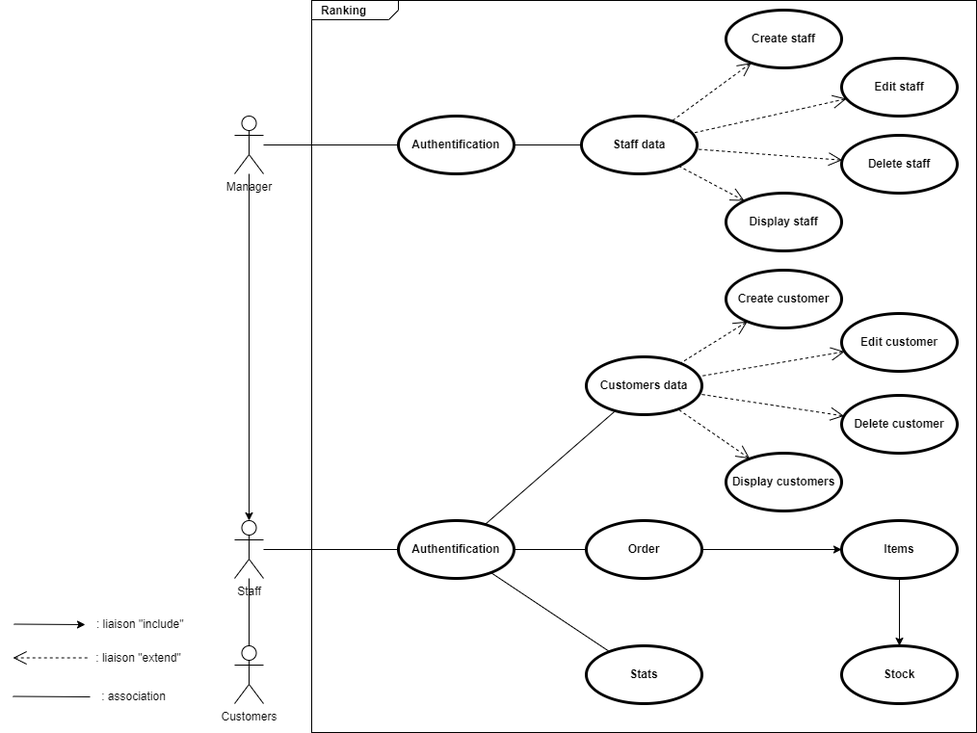
The draw.io diagram Diagrammes/Diag use case.png in pierre1316/Projet-POO-CPP-CLI, before a commit. Source tidied: cells renumbered, new cells last; positions are measured from the earlier drawing's top-left corner, leaving out a move shared by most shapes.
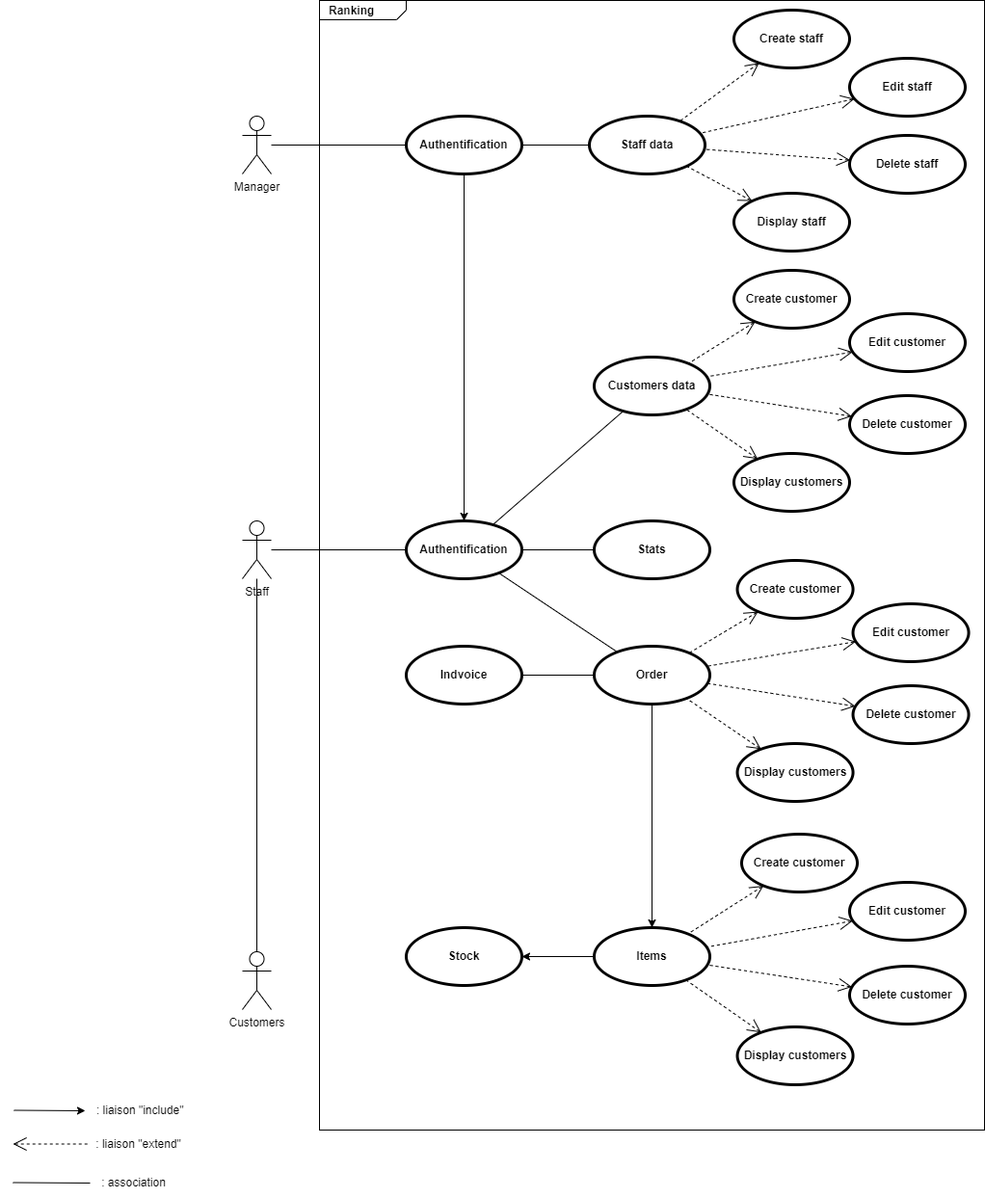
After the change.

What changed in the source:
```diff
@@ -3,7 +3,7 @@
     <mxCell id="0" />
     <mxCell id="1" parent="0" />
     <mxCell id="2" value="&lt;p style=&quot;margin:0px;margin-top:4px;margin-left:10px;text-align:left;&quot;&gt;&lt;b&gt;Ranking&lt;/b&gt;&lt;/p&gt;" style="html=1;shape=mxgraph.sysml.package;html=1;overflow=fill;whiteSpace=wrap;fillColor=none;" parent="1" vertex="1">
-      <mxGeometry x="310" width="690" height="760" as="geometry" />
+      <mxGeometry x="310" width="690" height="1172" as="geometry" />
     </mxCell>
     <mxCell id="3" value="Staff" style="shape=umlActor;html=1;verticalLabelPosition=bottom;verticalAlign=top;align=center;fillColor=none;" parent="1" vertex="1">
       <mxGeometry x="230" y="540" width="30" height="60" as="geometry" />
@@ -12,16 +12,16 @@
       <mxGeometry x="595" y="370" width="120" height="60" as="geometry" />
     </mxCell>
     <mxCell id="5" value="Order" style="shape=ellipse;html=1;strokeWidth=3;fontStyle=1;whiteSpace=wrap;align=center;perimeter=ellipsePerimeter;fillColor=none;" parent="1" vertex="1">
-      <mxGeometry x="595" y="540" width="120" height="60" as="geometry" />
+      <mxGeometry x="595" y="670" width="120" height="60" as="geometry" />
     </mxCell>
     <mxCell id="6" value="Items" style="shape=ellipse;html=1;strokeWidth=3;fontStyle=1;whiteSpace=wrap;align=center;perimeter=ellipsePerimeter;fillColor=none;" parent="1" vertex="1">
-      <mxGeometry x="860" y="540" width="120" height="60" as="geometry" />
+      <mxGeometry x="595" y="962" width="120" height="60" as="geometry" />
     </mxCell>
     <mxCell id="7" value="Stock" style="shape=ellipse;html=1;strokeWidth=3;fontStyle=1;whiteSpace=wrap;align=center;perimeter=ellipsePerimeter;fillColor=none;" parent="1" vertex="1">
-      <mxGeometry x="860" y="670" width="120" height="60" as="geometry" />
+      <mxGeometry x="400" y="962" width="120" height="60" as="geometry" />
     </mxCell>
     <mxCell id="8" value="Stats" style="shape=ellipse;html=1;strokeWidth=3;fontStyle=1;whiteSpace=wrap;align=center;perimeter=ellipsePerimeter;fillColor=none;" parent="1" vertex="1">
-      <mxGeometry x="595" y="670" width="120" height="60" as="geometry" />
+      <mxGeometry x="595" y="540" width="120" height="60" as="geometry" />
     </mxCell>
     <mxCell id="9" value="Edit customer" style="shape=ellipse;html=1;strokeWidth=3;fontStyle=1;whiteSpace=wrap;align=center;perimeter=ellipsePerimeter;fillColor=none;" parent="1" vertex="1">
       <mxGeometry x="860" y="325" width="120" height="60" as="geometry" />
@@ -48,19 +48,19 @@
       <mxGeometry x="860" y="60" width="120" height="60" as="geometry" />
     </mxCell>
     <mxCell id="17" value="Customers" style="shape=umlActor;html=1;verticalLabelPosition=bottom;verticalAlign=top;align=center;fillColor=none;" parent="1" vertex="1">
-      <mxGeometry x="230" y="670" width="30" height="60" as="geometry" />
+      <mxGeometry x="230" y="987" width="30" height="60" as="geometry" />
     </mxCell>
     <mxCell id="18" value="Manager" style="shape=umlActor;html=1;verticalLabelPosition=bottom;verticalAlign=top;align=center;fillColor=none;" parent="1" vertex="1">
       <mxGeometry x="230" y="120" width="30" height="60" as="geometry" />
     </mxCell>
     <mxCell id="19" value="&amp;nbsp;: liaison &quot;include&quot;" style="text;html=1;align=center;verticalAlign=middle;strokeColor=none;fillColor=none;" parent="1" vertex="1">
-      <mxGeometry x="70" y="633" width="120" height="30" as="geometry" />
+      <mxGeometry x="62" y="1137" width="120" height="30" as="geometry" />
     </mxCell>
     <mxCell id="20" value=": liaison &quot;extend&quot;" style="text;html=1;align=center;verticalAlign=middle;strokeColor=none;fillColor=none;" parent="1" vertex="1">
-      <mxGeometry x="75" y="668" width="110" height="30" as="geometry" />
+      <mxGeometry x="67" y="1172" width="110" height="30" as="geometry" />
     </mxCell>
     <mxCell id="21" value=": association" style="text;html=1;align=center;verticalAlign=middle;strokeColor=none;fillColor=none;" parent="1" vertex="1">
-      <mxGeometry x="80" y="708" width="90" height="30" as="geometry" />
+      <mxGeometry x="72" y="1212" width="90" height="30" as="geometry" />
     </mxCell>
     <mxCell id="22" style="edgeStyle=none;html=1;endArrow=none;verticalAlign=bottom;rounded=0;entryX=0.5;entryY=0;entryDx=0;entryDy=0;entryPerimeter=0;" parent="1" edge="1" source="3" target="17">
       <mxGeometry relative="1" as="geometry" />
@@ -94,14 +94,14 @@
     </mxCell>
     <mxCell id="32" style="edgeStyle=none;html=1;startArrow=open;endArrow=none;startSize=12;verticalAlign=bottom;dashed=1;labelBackgroundColor=none;rounded=0;" parent="1" edge="1">
       <mxGeometry relative="1" as="geometry">
-        <mxPoint y="682.5" as="sourcePoint" />
-        <mxPoint x="80" y="682.5" as="targetPoint" />
+        <mxPoint x="-8" y="1186.5" as="sourcePoint" />
+        <mxPoint x="72" y="1186.5" as="targetPoint" />
       </mxGeometry>
     </mxCell>
     <mxCell id="33" style="edgeStyle=none;html=1;endArrow=none;verticalAlign=bottom;rounded=0;" parent="1" edge="1">
       <mxGeometry relative="1" as="geometry">
-        <mxPoint y="722.5" as="sourcePoint" />
-        <mxPoint x="80" y="723" as="targetPoint" />
+        <mxPoint x="-8" y="1226.5" as="sourcePoint" />
+        <mxPoint x="72" y="1227" as="targetPoint" />
       </mxGeometry>
     </mxCell>
     <mxCell id="34" style="edgeStyle=none;html=1;startArrow=open;endArrow=none;startSize=12;verticalAlign=bottom;dashed=1;labelBackgroundColor=none;rounded=0;" parent="1" edge="1" source="15" target="23">
@@ -136,12 +136,66 @@
     </mxCell>
     <mxCell id="44" style="endArrow=classic;html=1;rounded=0;" parent="1" edge="1">
       <mxGeometry relative="1" as="geometry">
-        <mxPoint x="1" y="647.5" as="sourcePoint" />
-        <mxPoint x="75" y="648" as="targetPoint" />
+        <mxPoint x="-7" y="1151.5" as="sourcePoint" />
+        <mxPoint x="67" y="1152" as="targetPoint" />
       </mxGeometry>
     </mxCell>
-    <mxCell id="45" style="endArrow=classic;html=1;rounded=0;" parent="1" edge="1" source="18" target="3">
+    <mxCell id="45" style="endArrow=classic;html=1;rounded=0;" parent="1" edge="1" source="24" target="25">
       <mxGeometry relative="1" as="geometry" />
     </mxCell>
+    <mxCell id="46" value="Indvoice" style="shape=ellipse;html=1;strokeWidth=3;fontStyle=1;whiteSpace=wrap;align=center;perimeter=ellipsePerimeter;fillColor=none;" parent="1" vertex="1">
+      <mxGeometry x="400" y="670" width="120" height="60" as="geometry" />
+    </mxCell>
+    <mxCell id="47" style="endArrow=none;html=1;rounded=0;" parent="1" edge="1" source="46" target="5">
+      <mxGeometry relative="1" as="geometry" />
+    </mxCell>
+    <mxCell id="48" value="Edit customer" style="shape=ellipse;html=1;strokeWidth=3;fontStyle=1;whiteSpace=wrap;align=center;perimeter=ellipsePerimeter;fillColor=none;" parent="1" vertex="1">
+      <mxGeometry x="863.6" y="626" width="120" height="60" as="geometry" />
+    </mxCell>
+    <mxCell id="49" value="Delete customer" style="shape=ellipse;html=1;strokeWidth=3;fontStyle=1;whiteSpace=wrap;align=center;perimeter=ellipsePerimeter;fillColor=none;" parent="1" vertex="1">
+      <mxGeometry x="863.6" y="711" width="120" height="60" as="geometry" />
+    </mxCell>
+    <mxCell id="50" value="Display customers" style="shape=ellipse;html=1;strokeWidth=3;fontStyle=1;whiteSpace=wrap;align=center;perimeter=ellipsePerimeter;fillColor=none;" parent="1" vertex="1">
+      <mxGeometry x="743.6" y="771" width="120" height="60" as="geometry" />
+    </mxCell>
+    <mxCell id="51" value="Create customer" style="shape=ellipse;html=1;strokeWidth=3;fontStyle=1;whiteSpace=wrap;align=center;perimeter=ellipsePerimeter;fillColor=none;" parent="1" vertex="1">
+      <mxGeometry x="743.6" y="581" width="120" height="60" as="geometry" />
+    </mxCell>
+    <mxCell id="52" style="edgeStyle=none;html=1;startArrow=open;endArrow=none;startSize=12;verticalAlign=bottom;dashed=1;labelBackgroundColor=none;rounded=0;" parent="1" edge="1" source="51" target="5">
+      <mxGeometry x="-0.18" y="13" relative="1" as="geometry" />
+    </mxCell>
+    <mxCell id="53" style="edgeStyle=none;html=1;startArrow=open;endArrow=none;startSize=12;verticalAlign=bottom;dashed=1;labelBackgroundColor=none;rounded=0;" parent="1" edge="1" source="48" target="5">
+      <mxGeometry x="-0.18" y="13" relative="1" as="geometry" />
+    </mxCell>
+    <mxCell id="54" style="edgeStyle=none;html=1;startArrow=open;endArrow=none;startSize=12;verticalAlign=bottom;dashed=1;labelBackgroundColor=none;rounded=0;" parent="1" edge="1" source="49" target="5">
+      <mxGeometry x="-0.18" y="13" relative="1" as="geometry" />
+    </mxCell>
+    <mxCell id="55" style="edgeStyle=none;html=1;startArrow=open;endArrow=none;startSize=12;verticalAlign=bottom;dashed=1;labelBackgroundColor=none;rounded=0;" parent="1" edge="1" source="50" target="5">
+      <mxGeometry x="-0.18" y="13" relative="1" as="geometry" />
+    </mxCell>
+    <mxCell id="56" value="Edit customer" style="shape=ellipse;html=1;strokeWidth=3;fontStyle=1;whiteSpace=wrap;align=center;perimeter=ellipsePerimeter;fillColor=none;" parent="1" vertex="1">
+      <mxGeometry x="860" y="915" width="120" height="60" as="geometry" />
+    </mxCell>
+    <mxCell id="57" value="Delete customer" style="shape=ellipse;html=1;strokeWidth=3;fontStyle=1;whiteSpace=wrap;align=center;perimeter=ellipsePerimeter;fillColor=none;" parent="1" vertex="1">
+      <mxGeometry x="860" y="1002" width="120" height="60" as="geometry" />
+    </mxCell>
+    <mxCell id="58" value="Display customers" style="shape=ellipse;html=1;strokeWidth=3;fontStyle=1;whiteSpace=wrap;align=center;perimeter=ellipsePerimeter;fillColor=none;" parent="1" vertex="1">
+      <mxGeometry x="743.6" y="1065" width="120" height="60" as="geometry" />
+    </mxCell>
+    <mxCell id="59" value="Create customer" style="shape=ellipse;html=1;strokeWidth=3;fontStyle=1;whiteSpace=wrap;align=center;perimeter=ellipsePerimeter;fillColor=none;" parent="1" vertex="1">
+      <mxGeometry x="748" y="865" width="120" height="60" as="geometry" />
+    </mxCell>
+    <mxCell id="60" style="edgeStyle=none;html=1;startArrow=open;endArrow=none;startSize=12;verticalAlign=bottom;dashed=1;labelBackgroundColor=none;rounded=0;" parent="1" edge="1" source="59" target="6">
+      <mxGeometry x="-0.18" y="13" relative="1" as="geometry" />
+    </mxCell>
+    <mxCell id="61" style="edgeStyle=none;html=1;startArrow=open;endArrow=none;startSize=12;verticalAlign=bottom;dashed=1;labelBackgroundColor=none;rounded=0;" parent="1" edge="1" source="56" target="6">
+      <mxGeometry x="-0.18" y="13" relative="1" as="geometry" />
+    </mxCell>
+    <mxCell id="62" style="edgeStyle=none;html=1;startArrow=open;endArrow=none;startSize=12;verticalAlign=bottom;dashed=1;labelBackgroundColor=none;rounded=0;" parent="1" edge="1" source="57" target="6">
+      <mxGeometry x="-0.18" y="13" relative="1" as="geometry" />
+    </mxCell>
+    <mxCell id="63" style="edgeStyle=none;html=1;startArrow=open;endArrow=none;startSize=12;verticalAlign=bottom;dashed=1;labelBackgroundColor=none;rounded=0;" parent="1" edge="1" source="58" target="6">
+      <mxGeometry x="-0.18" y="13" relative="1" as="geometry" />
+    </mxCell>
   </root>
 </mxGraphModel>
```
